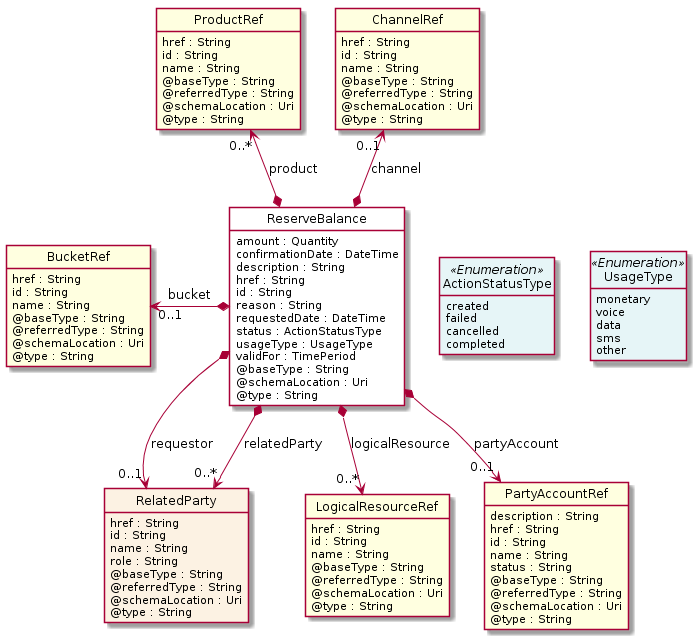
Before: apis/TMF654_PrepayBalance/documentation/diagrams/Resource_ReserveBalance.png, a diagram exported from PlantUML (tmforum-apis/Open_Api_And_Data_Model).
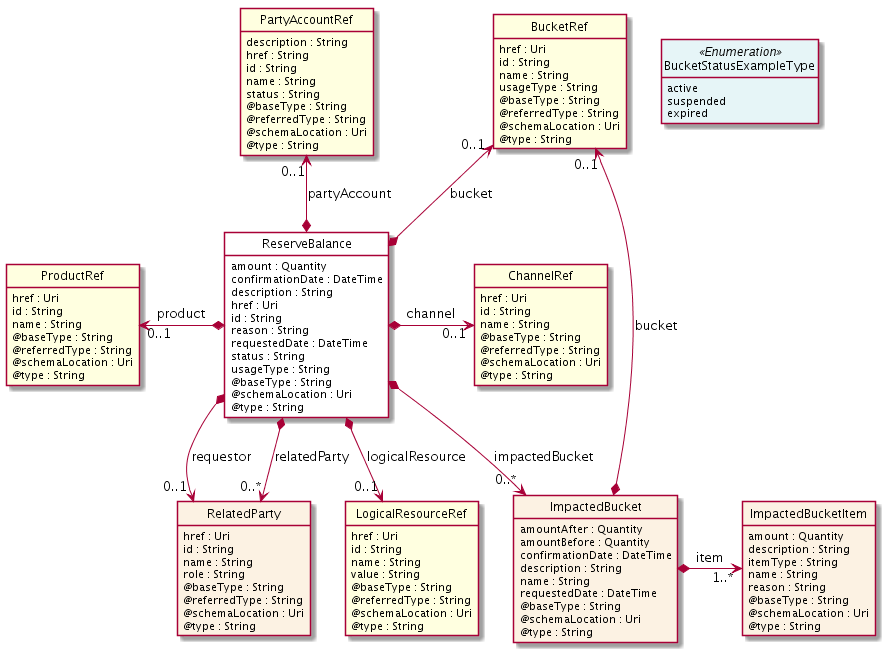
After the change.

Change to the diagram source:
```diff
@@ -14,35 +14,59 @@
     amount : Quantity
     confirmationDate : DateTime
     description : String
-    href : String
+    href : Uri
     id : String
     reason : String
     requestedDate : DateTime
-    status : ActionStatusType
-    usageType : UsageType
-    validFor : TimePeriod
+    status : String
+    usageType : String
     @baseType : String
     @schemaLocation : Uri
     @type : String
 }
 
-class ActionStatusType <<Enumeration>> {
-    created
-    failed
-    cancelled
-    completed
+class BucketStatusExampleType <<Enumeration>> {
+    active
+    suspended
+    expired
 }
 
-class UsageType <<Enumeration>> {
-    monetary
-    voice
-    data
-    sms
-    other
+class ImpactedBucket  {
+    amountAfter : Quantity
+    amountBefore : Quantity
+    confirmationDate : DateTime
+    description : String
+    name : String
+    requestedDate : DateTime
+    @baseType : String
+    @schemaLocation : Uri
+    @type : String
+}
+
+class BucketRef  <<Ref>> {
+    href : Uri
+    id : String
+    name : String
+    usageType : String
+    @baseType : String
+    @referredType : String
+    @schemaLocation : Uri
+    @type : String
+}
+
+class ImpactedBucketItem  {
+    amount : Quantity
+    description : String
+    itemType : String
+    name : String
+    reason : String
+    @baseType : String
+    @schemaLocation : Uri
+    @type : String
 }
 
 class ProductRef  <<Ref>> {
-    href : String
+    href : Uri
     id : String
     name : String
     @baseType : String
@@ -52,7 +76,7 @@
 }
 
 class ChannelRef  <<Ref>> {
-    href : String
+    href : Uri
     id : String
     name : String
     @baseType : String
@@ -62,7 +86,7 @@
 }
 
 class RelatedParty  {
-    href : String
+    href : Uri
     id : String
     name : String
     role : String
@@ -73,19 +97,10 @@
 }
 
 class LogicalResourceRef  <<Ref>> {
-    href : String
+    href : Uri
     id : String
     name : String
-    @baseType : String
-    @referredType : String
-    @schemaLocation : Uri
-    @type : String
-}
-
-class BucketRef  <<Ref>> {
-    href : String
-    id : String
-    name : String
+    value : String
     @baseType : String
     @referredType : String
     @schemaLocation : Uri
@@ -104,22 +119,28 @@
     @type : String
 }
 
-ReserveBalance -right[hidden]-> ActionStatusType
+BucketRef "0..1" <--* ReserveBalance : bucket
 
-ActionStatusType -right[hidden]-> UsageType
+ReserveBalance *-->  "0..*" ImpactedBucket : impactedBucket
 
-BucketRef "0..1" <-left-* ReserveBalance : bucket
+ImpactedBucket *-right-> "1..*" ImpactedBucketItem : item
 
-ChannelRef "0..1" <--* ReserveBalance : channel
+BucketRef "0..1" <--* ImpactedBucket : bucket
 
-ProductRef "0..*" <--* ReserveBalance : product
+ProductRef "0..1" <-left-* ReserveBalance : product
 
-ReserveBalance *-->  "0..1" PartyAccountRef : partyAccount
+ReserveBalance *-right-> "0..1" ChannelRef : channel
+
+PartyAccountRef "0..1" <--* ReserveBalance : partyAccount
+
+ReserveBalance *-->  "0..1" LogicalResourceRef : logicalResource
+
+LogicalResourceRef -right[hidden]-> ImpactedBucket
 
 ReserveBalance *-->  "0..1" RelatedParty : requestor
 
 ReserveBalance *-->  "0..*" RelatedParty : relatedParty
 
-ReserveBalance *-->  "0..*" LogicalResourceRef : logicalResource
+RelatedParty -right[hidden]-> LogicalResourceRef
 
 @enduml
```
